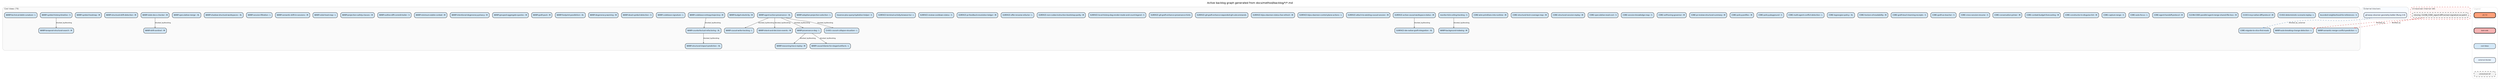
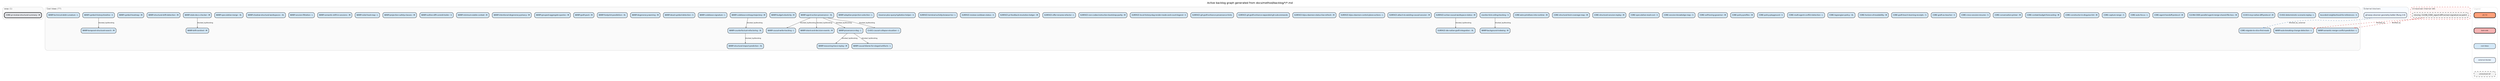
digraph backlog {
  rankdir=TB
  fontname="Helvetica"
  label="Active backlog graph generated from docs/method/backlog/*/*.md"
  labelloc=t
  fontsize=12
  node [shape=box style="rounded,filled" fontname="Helvetica" fontsize=8 margin="0.1,0.05" height=0.35]
  edge [color="#666666" arrowsize=0.5 fontname="Helvetica" fontsize=7]
  newrank=true
  ranksep=0.55
  nodesep=0.2

+   subgraph cluster_asap {
+     label="asap (1)" labeljust=l fontsize=9 fontcolor="#555555"
+     style=rounded color="#cccccc" bgcolor="#fafafa"
+     asap_CORE_pr_review_structural_summary [label="CORE-pr-review-structural-summary - M" fillcolor="#E5E7EB" penwidth=2]
+   }
+ 
  subgraph cluster_cool_ideas {
-     label="Cool Ideas (78)" labeljust=l fontsize=9 fontcolor="#555555"
+     label="Cool Ideas (77)" labeljust=l fontsize=9 fontcolor="#555555"
    style=rounded color="#cccccc" bgcolor="#fafafa"
    cool_ideas_bounded_neighborhood_for_references [label="bounded-neighborhood-for-references - S" fillcolor="#D4E8F7" penwidth=1]
    cool_ideas_CI_001_causal_collapse_visualizer [label="CI-001-causal-collapse-visualizer - L" fillcolor="#D4E8F7" penwidth=1]
    cool_ideas_CI_002_deterministic_scenario_replay [label="CI-002-deterministic-scenario-replay - L" fillcolor="#D4E8F7" penwidth=1]
    cool_ideas_CI_003_mcp_native_diff_protocol [label="CI-003-mcp-native-diff-protocol - M" fillcolor="#D4E8F7" penwidth=1]
    cool_ideas_CLEAN_CODE_parallel_agent_merge_shared_file_loss [label="CLEAN-CODE-parallel-agent-merge-shared-file-loss - M" fillcolor="#D4E8F7" penwidth=1]
    cool_ideas_CORE_agent_handoff_protocol [label="CORE-agent-handoff-protocol - M" fillcolor="#D4E8F7" penwidth=1]
    cool_ideas_CORE_auto_focus [label="CORE-auto-focus - L" fillcolor="#D4E8F7" penwidth=1]
    cool_ideas_CORE_capture_range [label="CORE-capture-range - S" fillcolor="#D4E8F7" penwidth=1]
    cool_ideas_CORE_constructor_in_disguise_lint [label="CORE-constructor-in-disguise-lint - M" fillcolor="#D4E8F7" penwidth=1]
    cool_ideas_CORE_context_budget_forecasting [label="CORE-context-budget-forecasting - M" fillcolor="#D4E8F7" penwidth=1]
    cool_ideas_CORE_conversation_primer [label="CORE-conversation-primer - M" fillcolor="#D4E8F7" penwidth=1]
    cool_ideas_CORE_cross_session_resume [label="CORE-cross-session-resume - S" fillcolor="#D4E8F7" penwidth=1]
    cool_ideas_CORE_graft_as_teacher [label="CORE-graft-as-teacher - S" fillcolor="#D4E8F7" penwidth=1]
    cool_ideas_CORE_graft_teach_learning_receipts [label="CORE-graft-teach-learning-receipts - S" fillcolor="#D4E8F7" penwidth=1]
    cool_ideas_CORE_horizon_of_readability [label="CORE-horizon-of-readability - M" fillcolor="#D4E8F7" penwidth=1]
    cool_ideas_CORE_lagrangian_policy [label="CORE-lagrangian-policy - XL" fillcolor="#D4E8F7" penwidth=1]
    cool_ideas_CORE_migrate_to_slice_first_reads [label="CORE-migrate-to-slice-first-reads" fillcolor="#D4E8F7" penwidth=1]
    cool_ideas_CORE_multi_agent_conflict_detection [label="CORE-multi-agent-conflict-detection - L" fillcolor="#D4E8F7" penwidth=1]
    cool_ideas_CORE_policy_playground [label="CORE-policy-playground - S" fillcolor="#D4E8F7" penwidth=1]
    cool_ideas_CORE_policy_profiles [label="CORE-policy-profiles - M" fillcolor="#D4E8F7" penwidth=1]
-     cool_ideas_CORE_pr_review_structural_summary [label="CORE-pr-review-structural-summary - M" fillcolor="#D4E8F7" penwidth=1]
    cool_ideas_CORE_self_tuning_governor [label="CORE-self-tuning-governor - M" fillcolor="#D4E8F7" penwidth=1]
    cool_ideas_CORE_session_knowledge_map [label="CORE-session-knowledge-map - S" fillcolor="#D4E8F7" penwidth=1]
    cool_ideas_CORE_speculative_read_cost [label="CORE-speculative-read-cost - S" fillcolor="#D4E8F7" penwidth=1]
    cool_ideas_CORE_structural_session_replay [label="CORE-structural-session-replay - M" fillcolor="#D4E8F7" penwidth=1]
    cool_ideas_CORE_structural_test_coverage_map [label="CORE-structural-test-coverage-map - M" fillcolor="#D4E8F7" penwidth=1]
    cool_ideas_CORE_wire_primitives_into_runtime [label="CORE-wire-primitives-into-runtime - M" fillcolor="#D4E8F7" penwidth=1]
    cool_ideas_monitor_tick_ceiling_tracking [label="monitor-tick-ceiling-tracking - S" fillcolor="#D4E8F7" penwidth=1]
    cool_ideas_SURFACE_active_causal_workspace_status [label="SURFACE-active-causal-workspace-status - M" fillcolor="#D4E8F7" penwidth=1]
    cool_ideas_SURFACE_attach_to_existing_causal_session [label="SURFACE-attach-to-existing-causal-session - M" fillcolor="#D4E8F7" penwidth=1]
    cool_ideas_SURFACE_bijou_daemon_control_plane_actions [label="SURFACE-bijou-daemon-control-plane-actions - L" fillcolor="#D4E8F7" penwidth=1]
    cool_ideas_SURFACE_bijou_daemon_status_live_refresh [label="SURFACE-bijou-daemon-status-live-refresh - M" fillcolor="#D4E8F7" penwidth=1]
    cool_ideas_SURFACE_git_graft_enhance_expanded_git_subcommands [label="SURFACE-git-graft-enhance-expanded-git-subcommands" fillcolor="#D4E8F7" penwidth=1]
    cool_ideas_SURFACE_git_graft_enhance_provenance_hints [label="SURFACE-git-graft-enhance-provenance-hints" fillcolor="#D4E8F7" penwidth=1]
    cool_ideas_SURFACE_ide_native_graft_integration [label="SURFACE-ide-native-graft-integration - XL" fillcolor="#D4E8F7" penwidth=1]
    cool_ideas_SURFACE_local_history_dag_render_mode_and_count_legend [label="SURFACE-local-history-dag-render-mode-and-count-legend - S" fillcolor="#D4E8F7" penwidth=1]
    cool_ideas_SURFACE_non_codex_instruction_bootstrap_parity [label="SURFACE-non-codex-instruction-bootstrap-parity - M" fillcolor="#D4E8F7" penwidth=1]
    cool_ideas_SURFACE_offer_rename_refactor [label="SURFACE-offer-rename-refactor - L" fillcolor="#D4E8F7" penwidth=1]
    cool_ideas_SURFACE_pr_feedback_resolution_ledger [label="SURFACE-pr-feedback-resolution-ledger - M" fillcolor="#D4E8F7" penwidth=1]
    cool_ideas_SURFACE_review_cooldown_status [label="SURFACE-review-cooldown-status - S" fillcolor="#D4E8F7" penwidth=1]
    cool_ideas_SURFACE_terminal_activity_browser_tui [label="SURFACE-terminal-activity-browser-tui - L" fillcolor="#D4E8F7" penwidth=1]
    cool_ideas_traverse_plus_query_hydration_helper [label="traverse-plus-query-hydration-helper - S" fillcolor="#D4E8F7" penwidth=1]
    cool_ideas_WARP_adaptive_projection_selection [label="WARP-adaptive-projection-selection - L" fillcolor="#D4E8F7" penwidth=1]
    cool_ideas_WARP_agent_action_provenance [label="WARP-agent-action-provenance - XL" fillcolor="#D4E8F7" penwidth=1]
    cool_ideas_WARP_auto_breaking_change_detection [label="WARP-auto-breaking-change-detection - L" fillcolor="#D4E8F7" penwidth=1]
    cool_ideas_WARP_background_indexing [label="WARP-background-indexing - M" fillcolor="#D4E8F7" penwidth=1]
    cool_ideas_WARP_budget_elasticity [label="WARP-budget-elasticity - M" fillcolor="#D4E8F7" penwidth=1]
    cool_ideas_WARP_causal_blame_for_staged_artifacts [label="WARP-causal-blame-for-staged-artifacts - L" fillcolor="#D4E8F7" penwidth=1]
    cool_ideas_WARP_causal_write_tracking [label="WARP-causal-write-tracking - L" fillcolor="#D4E8F7" penwidth=1]
    cool_ideas_WARP_codebase_entropy_trajectory [label="WARP-codebase-entropy-trajectory - M" fillcolor="#D4E8F7" penwidth=1]
    cool_ideas_WARP_codebase_signature [label="WARP-codebase-signature - L" fillcolor="#D4E8F7" penwidth=1]
    cool_ideas_WARP_counterfactual_refactoring [label="WARP-counterfactual-refactoring - XL" fillcolor="#D4E8F7" penwidth=1]
    cool_ideas_WARP_dead_symbol_detection [label="WARP-dead-symbol-detection - S" fillcolor="#D4E8F7" penwidth=1]
    cool_ideas_WARP_degeneracy_warning [label="WARP-degeneracy-warning - M" fillcolor="#D4E8F7" penwidth=1]
    cool_ideas_WARP_drift_sentinel [label="WARP-drift-sentinel - M" fillcolor="#D4E8F7" penwidth=1]
    cool_ideas_WARP_footprint_parallelism [label="WARP-footprint-parallelism - XL" fillcolor="#D4E8F7" penwidth=1]
    cool_ideas_WARP_graft_pack [label="WARP-graft-pack - M" fillcolor="#D4E8F7" penwidth=1]
    cool_ideas_WARP_grouped_aggregate_queries [label="WARP-grouped-aggregate-queries - M" fillcolor="#D4E8F7" penwidth=1]
    cool_ideas_WARP_intent_and_decision_events [label="WARP-intent-and-decision-events - M" fillcolor="#D4E8F7" penwidth=1]
    cool_ideas_WARP_intentional_degeneracy_privacy [label="WARP-intentional-degeneracy-privacy - M" fillcolor="#D4E8F7" penwidth=1]
    cool_ideas_WARP_minimum_viable_context [label="WARP-minimum-viable-context - M" fillcolor="#D4E8F7" penwidth=1]
    cool_ideas_WARP_outline_diff_commit_trailer [label="WARP-outline-diff-commit-trailer - S" fillcolor="#D4E8F7" penwidth=1]
    cool_ideas_WARP_projection_safety_classes [label="WARP-projection-safety-classes - M" fillcolor="#D4E8F7" penwidth=1]
    cool_ideas_WARP_provenance_dag [label="WARP-provenance-dag - L" fillcolor="#D4E8F7" penwidth=1]
    cool_ideas_WARP_reasoning_trace_replay [label="WARP-reasoning-trace-replay - M" fillcolor="#D4E8F7" penwidth=1]
    cool_ideas_WARP_rulial_heat_map [label="WARP-rulial-heat-map - L" fillcolor="#D4E8F7" penwidth=1]
    cool_ideas_WARP_semantic_drift_in_sessions [label="WARP-semantic-drift-in-sessions - M" fillcolor="#D4E8F7" penwidth=1]
    cool_ideas_WARP_semantic_merge_conflict_prediction [label="WARP-semantic-merge-conflict-prediction - L" fillcolor="#D4E8F7" penwidth=1]
    cool_ideas_WARP_session_filtration [label="WARP-session-filtration - L" fillcolor="#D4E8F7" penwidth=1]
    cool_ideas_WARP_shadow_structural_workspaces [label="WARP-shadow-structural-workspaces - XL" fillcolor="#D4E8F7" penwidth=1]
    cool_ideas_WARP_speculative_merge [label="WARP-speculative-merge - XL" fillcolor="#D4E8F7" penwidth=1]
    cool_ideas_WARP_stale_docs_checker [label="WARP-stale-docs-checker - M" fillcolor="#D4E8F7" penwidth=1]
    cool_ideas_WARP_structural_drift_detection [label="WARP-structural-drift-detection - M" fillcolor="#D4E8F7" penwidth=1]
    cool_ideas_WARP_structural_impact_prediction [label="WARP-structural-impact-prediction - XL" fillcolor="#D4E8F7" penwidth=1]
    cool_ideas_WARP_symbol_heatmap [label="WARP-symbol-heatmap - M" fillcolor="#D4E8F7" penwidth=1]
    cool_ideas_WARP_symbol_history_timeline [label="WARP-symbol-history-timeline - S" fillcolor="#D4E8F7" penwidth=1]
    cool_ideas_WARP_technical_debt_curvature [label="WARP-technical-debt-curvature - L" fillcolor="#D4E8F7" penwidth=1]
    cool_ideas_WARP_temporal_structural_search [label="WARP-temporal-structural-search - M" fillcolor="#D4E8F7" penwidth=1]
  }

  subgraph cluster_external {
    label="External blockers" labeljust=l fontsize=9 fontcolor="#555555"
    style=rounded color="#cccccc" bgcolor="#f8fbff"
    external_git_warp_observer_geometry_ladder__Rung_2_4_ [label="git-warp observer geometry ladder (Rung 2-4)" fillcolor="#E8F2FF" penwidth=1]
  }

  subgraph cluster_unresolved {
    label="Unresolved internal refs" labeljust=l fontsize=9 fontcolor="#555555"
    style="rounded,dashed" color="#cc3333" bgcolor="#fff7f7"
    unresolved_CLEAN_CODE_export_diff_semver_signature_as_patch [label="missing: CLEAN_CODE_export-diff-semver-signature-as-patch" fillcolor="#F2F2F2" penwidth=1 style="rounded,dashed,filled"]
  }

  cool_ideas_monitor_tick_ceiling_tracking -> cool_ideas_WARP_background_indexing [label="blocked_by/blocking"]
  cool_ideas_SURFACE_active_causal_workspace_status -> cool_ideas_SURFACE_ide_native_graft_integration [label="blocked_by/blocking"]
  cool_ideas_WARP_agent_action_provenance -> cool_ideas_CI_001_causal_collapse_visualizer [label="blocked_by/blocking"]
  cool_ideas_WARP_agent_action_provenance -> cool_ideas_WARP_causal_write_tracking [label="blocked_by/blocking"]
  cool_ideas_WARP_agent_action_provenance -> cool_ideas_WARP_intent_and_decision_events [label="blocked_by/blocking"]
  cool_ideas_WARP_agent_action_provenance -> cool_ideas_WARP_provenance_dag [label="blocked_by/blocking"]
  cool_ideas_WARP_codebase_entropy_trajectory -> cool_ideas_WARP_counterfactual_refactoring [label="blocked_by/blocking"]
  cool_ideas_WARP_counterfactual_refactoring -> cool_ideas_WARP_structural_impact_prediction [label="blocked_by/blocking"]
  cool_ideas_WARP_provenance_dag -> cool_ideas_WARP_causal_blame_for_staged_artifacts [label="blocked_by/blocking"]
  cool_ideas_WARP_provenance_dag -> cool_ideas_WARP_reasoning_trace_replay [label="blocked_by/blocking"]
  cool_ideas_WARP_stale_docs_checker -> cool_ideas_WARP_drift_sentinel [label="blocked_by/blocking"]
  cool_ideas_WARP_symbol_history_timeline -> cool_ideas_WARP_temporal_structural_search [label="blocked_by/blocking"]
  external_git_warp_observer_geometry_ladder__Rung_2_4_ -> cool_ideas_CORE_migrate_to_slice_first_reads [label="blocked_by_external" style=dashed color="#4477AA"]
  unresolved_CLEAN_CODE_export_diff_semver_signature_as_patch -> cool_ideas_WARP_auto_breaking_change_detection [label="blocked_by" style=dashed color="#CC3333"]
  unresolved_CLEAN_CODE_export_diff_semver_signature_as_patch -> cool_ideas_WARP_semantic_merge_conflict_prediction [label="blocked_by" style=dashed color="#CC3333"]

  subgraph cluster_legend {
    label="Legend" labeljust=l fontsize=8 fontcolor="#aaaaaa"
    style=rounded color="#dddddd"
    node [fontsize=7 width=1.4]
    leg_v07 [label="v0.7.0" fillcolor="#FFA07A" penwidth=2]
    leg_bad [label="bad-code" fillcolor="#F6B3B3" penwidth=2]
    leg_idea [label="cool-ideas" fillcolor="#D4E8F7" penwidth=1]
    leg_external [label="external blocker" fillcolor="#E8F2FF" penwidth=1]
    leg_unresolved [label="unresolved ref" fillcolor="#F2F2F2" penwidth=1 style="rounded,dashed,filled"]
    leg_v07 -> leg_bad [style=invis]
    leg_bad -> leg_idea [style=invis]
    leg_idea -> leg_external [style=invis]
    leg_external -> leg_unresolved [style=invis]
  }
}
